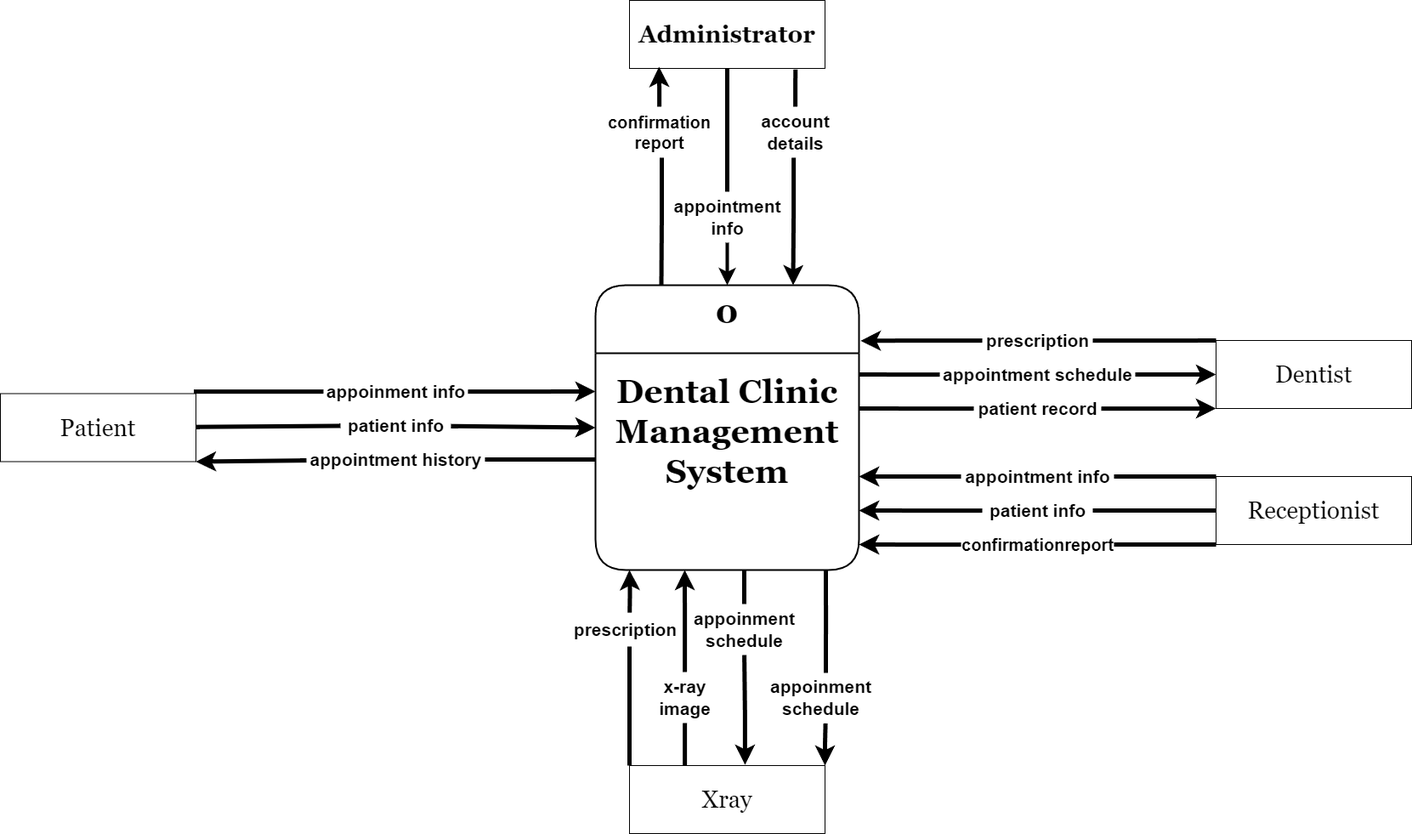
The draw.io diagram Design/Context Diagram.png in MohamedIsa/Dental-Clinic-System, before a commit. Source tidied: cells renumbered, new cells last; positions are measured from the earlier drawing's top-left corner, leaving out a move shared by most shapes.
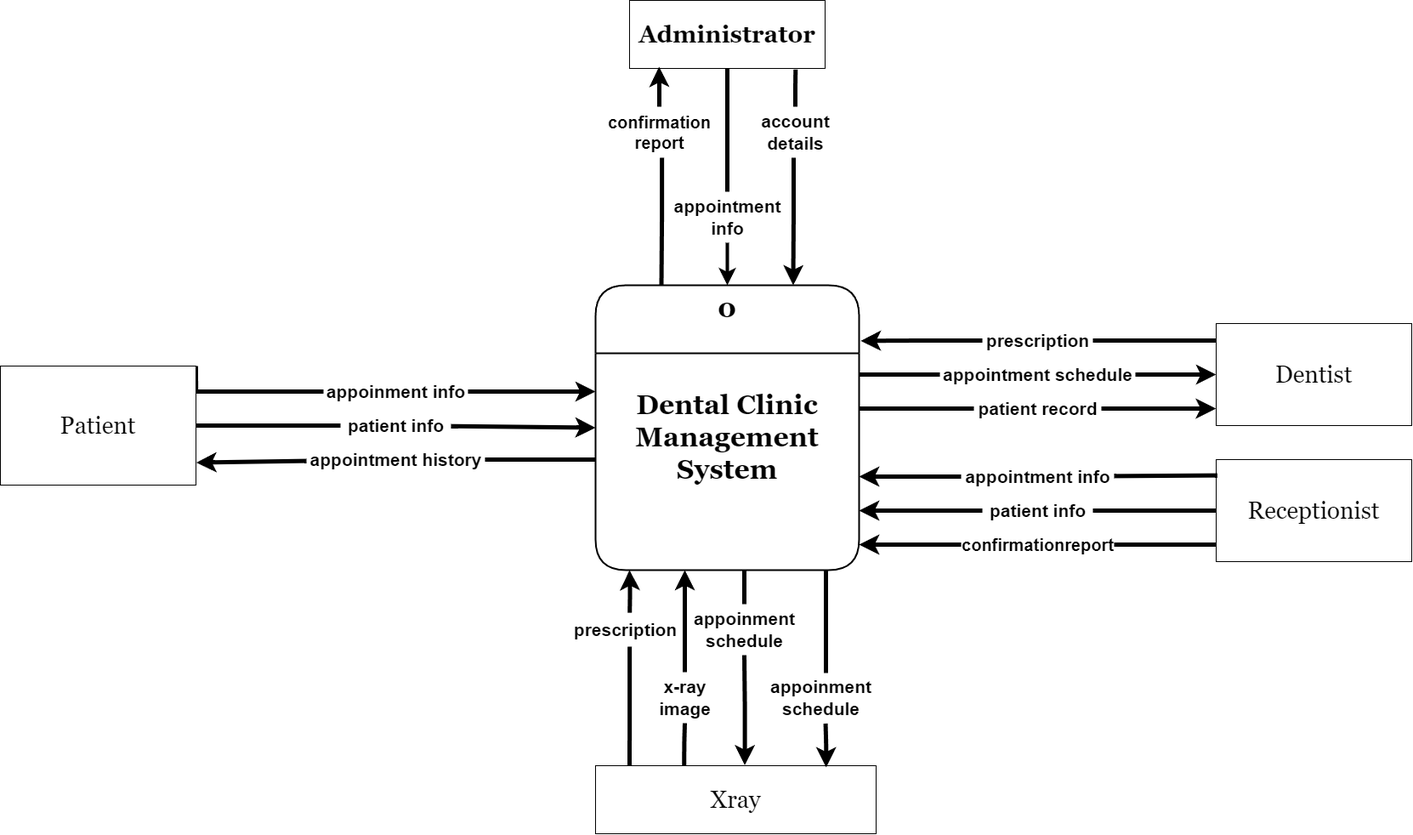
The same diagram one commit later.

Diff of the diagram source:
```diff
@@ -7,7 +7,7 @@
         <mxPoint x="740" y="670" as="sourcePoint" />
       </mxGeometry>
     </mxCell>
-    <mxCell id="3" value="0&#10;&#10;Dental Clinic&#10;Management&#10;System" style="swimlane;fontStyle=1;horizontal=1;startSize=80;fillColor=#ffffff;swimlaneFillColor=#ffffff;rounded=1;fontSize=39;fontFamily=Georgia;verticalAlign=top;strokeWidth=2;" parent="1" vertex="1">
+    <mxCell id="3" value="0&#10;&#10;&#10;Dental Clinic&#10;Management&#10;System" style="swimlane;fontStyle=1;horizontal=1;startSize=80;fillColor=#ffffff;swimlaneFillColor=#ffffff;rounded=1;fontSize=32;fontFamily=Georgia;verticalAlign=top;strokeWidth=2;" parent="1" vertex="1">
       <mxGeometry x="700" y="335" width="310" height="335" as="geometry" />
     </mxCell>
     <mxCell id="4" value="&lt;font style=&quot;font-size: 28px;&quot;&gt;Administrator&lt;/font&gt;" style="html=1;dashed=0;whiteSpace=wrap;rounded=0;fontSize=19;fontFamily=Georgia;fontStyle=1;" parent="1" vertex="1">
@@ -54,7 +54,7 @@
       <mxGeometry relative="1" as="geometry" />
     </mxCell>
     <mxCell id="15" value="&lt;font style=&quot;font-size: 28px;&quot;&gt;Receptionist&lt;/font&gt;" style="html=1;dashed=0;whiteSpace=wrap;rounded=0;fontSize=19;fontFamily=Georgia;" parent="1" vertex="1">
-      <mxGeometry x="1430" y="560" width="230" height="80" as="geometry" />
+      <mxGeometry x="1430" y="540" width="230" height="120" as="geometry" />
     </mxCell>
     <mxCell id="16" style="edgeStyle=orthogonalEdgeStyle;rounded=0;jettySize=auto;html=1;exitX=1;exitY=0;exitDx=0;exitDy=0;fontSize=12;startSize=8;endSize=8;strokeWidth=5;endArrow=none;endFill=0;" parent="1" edge="1" source="19" target="52">
       <mxGeometry relative="1" as="geometry">
@@ -66,26 +66,27 @@
     <mxCell id="17" style="edgeStyle=none;curved=1;rounded=0;jettySize=auto;html=1;fontSize=12;startSize=8;endSize=8;endArrow=none;endFill=0;strokeWidth=5;" parent="1" edge="1" source="19" target="54">
       <mxGeometry relative="1" as="geometry" />
     </mxCell>
-    <mxCell id="18" style="edgeStyle=none;curved=1;rounded=0;jettySize=auto;html=1;exitX=1;exitY=1;exitDx=0;exitDy=0;fontSize=12;startSize=8;endSize=8;endArrow=none;endFill=0;startArrow=classic;startFill=1;strokeWidth=5;" parent="1" edge="1" source="19" target="56">
+    <mxCell id="18" style="edgeStyle=none;curved=1;rounded=0;jettySize=auto;html=1;exitX=1.002;exitY=0.811;exitDx=0;exitDy=0;fontSize=12;startSize=8;endSize=8;endArrow=none;endFill=0;startArrow=classic;startFill=1;strokeWidth=5;exitPerimeter=0;" parent="1" edge="1" source="19" target="56">
       <mxGeometry relative="1" as="geometry" />
     </mxCell>
     <mxCell id="19" value="Patient" style="html=1;dashed=0;whiteSpace=wrap;rounded=0;fontSize=28;fontFamily=Georgia;" parent="1" vertex="1">
-      <mxGeometry y="462.5" width="230" height="80" as="geometry" />
+      <mxGeometry y="430" width="230" height="140" as="geometry" />
     </mxCell>
     <mxCell id="20" value="&lt;font style=&quot;font-size: 28px;&quot;&gt;Dentist&lt;/font&gt;" style="html=1;dashed=0;whiteSpace=wrap;rounded=0;fontSize=19;fontFamily=Georgia;" parent="1" vertex="1">
-      <mxGeometry x="1430" y="400" width="230" height="80" as="geometry" />
+      <mxGeometry x="1430" y="380" width="230" height="120" as="geometry" />
     </mxCell>
-    <mxCell id="21" style="edgeStyle=orthogonalEdgeStyle;rounded=0;jettySize=auto;html=1;fontSize=12;startSize=8;endSize=8;exitX=0.283;exitY=0.002;exitDx=0;exitDy=0;exitPerimeter=0;strokeWidth=5;endArrow=none;endFill=0;" parent="1" edge="1" source="23" target="45">
+    <mxCell id="21" style="edgeStyle=orthogonalEdgeStyle;rounded=0;jettySize=auto;html=1;fontSize=12;startSize=8;endSize=8;exitX=0.316;exitY=-0.006;exitDx=0;exitDy=0;exitPerimeter=0;strokeWidth=5;endArrow=none;endFill=0;" parent="1" edge="1" source="23" target="45">
       <mxGeometry relative="1" as="geometry" />
     </mxCell>
-    <mxCell id="22" style="edgeStyle=orthogonalEdgeStyle;rounded=0;jettySize=auto;html=1;fontSize=12;startSize=8;endSize=8;exitX=0.591;exitY=-0.011;exitDx=0;exitDy=0;exitPerimeter=0;strokeWidth=5;endArrow=none;endFill=0;startArrow=classic;startFill=1;" parent="1" edge="1" source="23" target="47">
+    <mxCell id="22" style="edgeStyle=orthogonalEdgeStyle;rounded=0;jettySize=auto;html=1;fontSize=12;startSize=8;endSize=8;exitX=0.532;exitY=-0.006;exitDx=0;exitDy=0;exitPerimeter=0;strokeWidth=5;endArrow=none;endFill=0;startArrow=classic;startFill=1;" parent="1" edge="1" source="23" target="47">
       <mxGeometry relative="1" as="geometry" />
     </mxCell>
     <mxCell id="23" value="&lt;font style=&quot;font-size: 28px;&quot;&gt;Xray&lt;/font&gt;" style="html=1;dashed=0;whiteSpace=wrap;rounded=0;fontSize=19;fontFamily=Georgia;" parent="1" vertex="1">
-      <mxGeometry x="740" y="900" width="230" height="80" as="geometry" />
+      <mxGeometry x="700" y="900" width="330" height="80" as="geometry" />
     </mxCell>
-    <mxCell id="24" style="edgeStyle=orthogonalEdgeStyle;rounded=0;jettySize=auto;html=1;entryX=0;entryY=0;entryDx=0;entryDy=0;fontSize=12;startSize=8;endSize=8;strokeWidth=5;endArrow=none;endFill=0;" parent="1" edge="1" source="25" target="20">
+    <mxCell id="24" style="edgeStyle=orthogonalEdgeStyle;rounded=0;jettySize=auto;html=1;fontSize=12;startSize=8;endSize=8;strokeWidth=5;endArrow=none;endFill=0;" parent="1" edge="1" source="25">
       <mxGeometry relative="1" as="geometry">
+        <mxPoint x="1430" y="400" as="targetPoint" />
         <Array as="points">
           <mxPoint x="1400" y="400" />
           <mxPoint x="1400" y="400" />
@@ -114,18 +115,13 @@
         <mxPoint x="1010" y="480" as="targetPoint" />
       </mxGeometry>
     </mxCell>
-    <mxCell id="31" style="edgeStyle=orthogonalEdgeStyle;rounded=0;jettySize=auto;html=1;entryX=0;entryY=1;entryDx=0;entryDy=0;fontSize=12;startSize=8;endSize=8;strokeWidth=5;" parent="1" edge="1" source="32" target="20">
-      <mxGeometry relative="1" as="geometry">
-        <Array as="points">
-          <mxPoint x="1400" y="480" />
-          <mxPoint x="1400" y="480" />
-        </Array>
-      </mxGeometry>
+    <mxCell id="31" style="edgeStyle=orthogonalEdgeStyle;rounded=0;jettySize=auto;html=1;fontSize=12;startSize=8;endSize=8;strokeWidth=5;entryX=-0.001;entryY=0.834;entryDx=0;entryDy=0;entryPerimeter=0;" parent="1" edge="1" source="32" target="20">
+      <mxGeometry relative="1" as="geometry" />
     </mxCell>
     <mxCell id="32" value="patient record" style="text;html=1;align=center;verticalAlign=middle;points=[];strokeColor=none;fillColor=none;fontSize=21;fontStyle=1;" parent="1" vertex="1">
       <mxGeometry x="1145" y="460" width="150" height="40" as="geometry" />
     </mxCell>
-    <mxCell id="33" style="edgeStyle=none;curved=1;rounded=0;jettySize=auto;html=1;entryX=0;entryY=0;entryDx=0;entryDy=0;fontSize=12;startSize=8;endSize=8;endArrow=none;endFill=0;strokeWidth=5;" parent="1" edge="1" source="35" target="15">
+    <mxCell id="33" style="edgeStyle=none;curved=1;rounded=0;jettySize=auto;html=1;entryX=0.006;entryY=0.155;entryDx=0;entryDy=0;fontSize=12;startSize=8;endSize=8;endArrow=none;endFill=0;strokeWidth=5;entryPerimeter=0;" parent="1" edge="1" source="35" target="15">
       <mxGeometry relative="1" as="geometry" />
     </mxCell>
     <mxCell id="34" style="edgeStyle=none;curved=1;rounded=0;jettySize=auto;html=1;fontSize=12;startSize=8;endSize=8;shadow=0;strokeWidth=5;" parent="1" edge="1" source="35">
@@ -147,8 +143,10 @@
     <mxCell id="38" value="patient info" style="text;html=1;align=center;verticalAlign=middle;points=[];strokeColor=none;fillColor=none;fontSize=21;fontStyle=1;" parent="1" vertex="1">
       <mxGeometry x="1155" y="580" width="130" height="40" as="geometry" />
     </mxCell>
-    <mxCell id="39" style="edgeStyle=none;curved=1;rounded=0;jettySize=auto;html=1;entryX=0;entryY=1;entryDx=0;entryDy=0;fontSize=12;startSize=8;endSize=8;endArrow=none;endFill=0;strokeWidth=5;" parent="1" edge="1" source="41" target="15">
-      <mxGeometry relative="1" as="geometry" />
+    <mxCell id="39" style="edgeStyle=none;curved=1;rounded=0;jettySize=auto;html=1;fontSize=12;startSize=8;endSize=8;endArrow=none;endFill=0;strokeWidth=5;" parent="1" edge="1" source="41">
+      <mxGeometry relative="1" as="geometry">
+        <mxPoint x="1430" y="640" as="targetPoint" />
+      </mxGeometry>
     </mxCell>
     <mxCell id="40" style="edgeStyle=orthogonalEdgeStyle;rounded=0;jettySize=auto;html=1;fontSize=12;startSize=8;endSize=8;strokeWidth=5;" parent="1" edge="1" source="41">
       <mxGeometry relative="1" as="geometry">
@@ -158,8 +156,9 @@
     <mxCell id="41" value="&lt;span style=&quot;font-size: 20px;&quot;&gt;confirmation&lt;/span&gt;&lt;span style=&quot;font-size: 20px;&quot;&gt;report&lt;/span&gt;" style="text;html=1;align=center;verticalAlign=middle;points=[];strokeColor=none;fillColor=none;fontSize=21;fontStyle=1;" parent="1" vertex="1">
       <mxGeometry x="1130" y="620" width="180" height="40" as="geometry" />
     </mxCell>
-    <mxCell id="42" style="edgeStyle=orthogonalEdgeStyle;rounded=0;jettySize=auto;html=1;entryX=0;entryY=0;entryDx=0;entryDy=0;fontSize=12;startSize=8;endSize=8;endArrow=none;endFill=0;strokeWidth=5;" parent="1" edge="1" source="43" target="23">
+    <mxCell id="42" style="edgeStyle=orthogonalEdgeStyle;rounded=0;jettySize=auto;html=1;fontSize=12;startSize=8;endSize=8;endArrow=none;endFill=0;strokeWidth=5;" parent="1" edge="1" source="43">
       <mxGeometry relative="1" as="geometry">
+        <mxPoint x="740" y="900" as="targetPoint" />
         <Array as="points">
           <mxPoint x="740" y="850" />
           <mxPoint x="740" y="850" />
@@ -193,7 +192,7 @@
     <mxCell id="49" value="&lt;font style=&quot;font-size: 21px;&quot;&gt;appoinment&lt;br&gt;schedule&lt;/font&gt;" style="text;html=1;align=center;verticalAlign=middle;points=[];strokeColor=none;fillColor=none;fontSize=21;fontStyle=1;" parent="1" vertex="1">
       <mxGeometry x="900" y="790" width="130" height="60" as="geometry" />
     </mxCell>
-    <mxCell id="50" style="edgeStyle=orthogonalEdgeStyle;rounded=0;jettySize=auto;html=1;exitX=1;exitY=0;exitDx=0;exitDy=0;fontSize=12;startSize=8;endSize=8;endArrow=none;endFill=0;startArrow=classic;startFill=1;strokeWidth=5;entryX=0.543;entryY=1.007;entryDx=0;entryDy=0;entryPerimeter=0;" parent="1" edge="1" source="23" target="49">
+    <mxCell id="50" style="edgeStyle=orthogonalEdgeStyle;rounded=0;jettySize=auto;html=1;exitX=0.822;exitY=0.025;exitDx=0;exitDy=0;fontSize=12;startSize=8;endSize=8;endArrow=none;endFill=0;startArrow=classic;startFill=1;strokeWidth=5;entryX=0.543;entryY=1.007;entryDx=0;entryDy=0;entryPerimeter=0;exitPerimeter=0;" parent="1" edge="1" source="23" target="49">
       <mxGeometry relative="1" as="geometry" />
     </mxCell>
     <mxCell id="51" style="edgeStyle=orthogonalEdgeStyle;rounded=0;jettySize=auto;html=1;fontSize=12;startSize=8;endSize=8;strokeWidth=5;" parent="1" edge="1" source="52">
```
